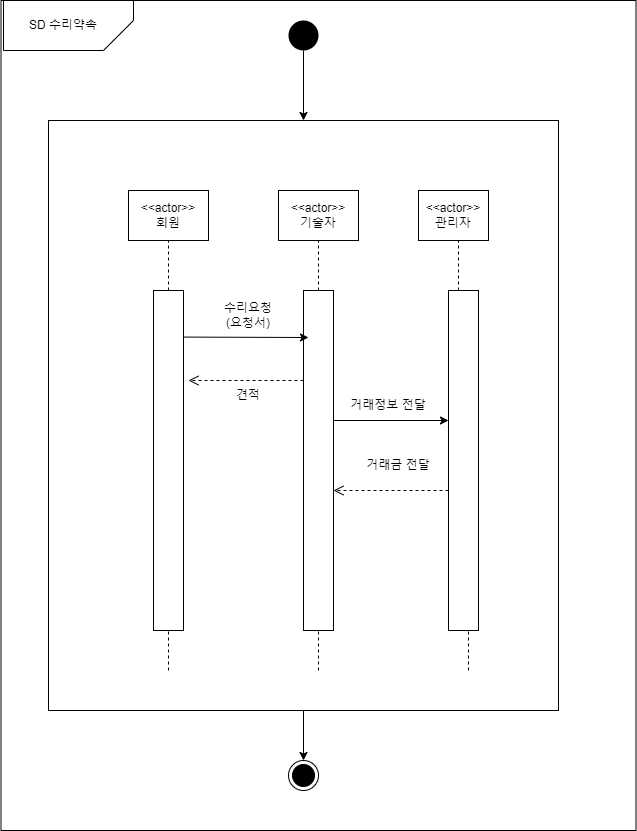
The draw.io diagram InteractionOverviewDiagram/overviewdiagram3.png in Evergyu/Assignments, before a commit. Source tidied: cells renumbered, new cells last; positions are measured from the earlier drawing's top-left corner, leaving out a move shared by most shapes.
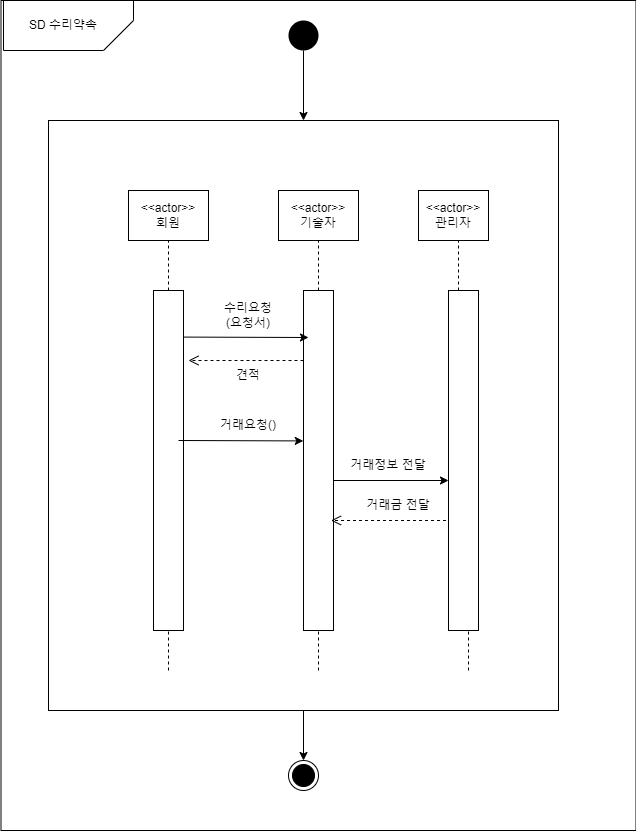
Later version of the same file.

Diff of the diagram source:
```diff
@@ -2,6 +2,12 @@
   <root>
     <mxCell id="0" />
     <mxCell id="1" parent="0" />
+    <mxCell id="25" style="rounded=0;whiteSpace=wrap;html=1;fillColor=none;" parent="1" vertex="1">
+      <mxGeometry x="48" y="120" width="510" height="590" as="geometry" />
+    </mxCell>
+    <mxCell id="26" style="rounded=0;whiteSpace=wrap;html=1;fillColor=none;" parent="1" vertex="1">
+      <mxGeometry x="0.5" width="635" height="830" as="geometry" />
+    </mxCell>
     <mxCell id="2" style="ellipse;fillColor=#000000;strokeColor=none;" parent="1" vertex="1">
       <mxGeometry x="288" y="20" width="30" height="30" as="geometry" />
     </mxCell>
@@ -55,33 +61,33 @@
     </mxCell>
     <mxCell id="15" style="verticalAlign=bottom;endArrow=open;dashed=1;endSize=8;shadow=0;strokeWidth=1;" parent="1" edge="1">
       <mxGeometry y="-20" relative="1" as="geometry">
-        <mxPoint x="303" y="380" as="sourcePoint" />
-        <mxPoint x="188" y="380" as="targetPoint" />
+        <mxPoint x="303" y="360" as="sourcePoint" />
+        <mxPoint x="188" y="360" as="targetPoint" />
       </mxGeometry>
     </mxCell>
     <mxCell id="16" value="견적" style="text;html=1;strokeColor=none;fillColor=none;align=center;verticalAlign=middle;whiteSpace=wrap;rounded=0;" parent="1" vertex="1">
-      <mxGeometry x="218" y="380" width="60" height="30" as="geometry" />
+      <mxGeometry x="218" y="360" width="60" height="30" as="geometry" />
     </mxCell>
     <mxCell id="17" style="edgeStyle=orthogonalEdgeStyle;rounded=0;orthogonalLoop=1;jettySize=auto;html=1;exitX=0.5;exitY=1;exitDx=0;exitDy=0;" parent="1" edge="1" source="16" target="16">
       <mxGeometry relative="1" as="geometry" />
     </mxCell>
     <mxCell id="18" style="endArrow=classic;html=1;rounded=0;exitX=1;exitY=0.25;exitDx=0;exitDy=0;" parent="1" edge="1">
       <mxGeometry relative="1" as="geometry">
-        <mxPoint x="333" y="420" as="sourcePoint" />
-        <mxPoint x="448" y="420" as="targetPoint" />
+        <mxPoint x="333" y="480" as="sourcePoint" />
+        <mxPoint x="448" y="480" as="targetPoint" />
       </mxGeometry>
     </mxCell>
     <mxCell id="19" value="거래정보 전달" style="text;html=1;strokeColor=none;fillColor=none;align=center;verticalAlign=middle;whiteSpace=wrap;rounded=0;" parent="1" vertex="1">
-      <mxGeometry x="348" y="390" width="80" height="30" as="geometry" />
+      <mxGeometry x="348" y="450" width="80" height="30" as="geometry" />
     </mxCell>
     <mxCell id="20" style="verticalAlign=bottom;endArrow=open;dashed=1;endSize=8;shadow=0;strokeWidth=1;" parent="1" edge="1">
       <mxGeometry y="-20" relative="1" as="geometry">
-        <mxPoint x="448" y="490" as="sourcePoint" />
-        <mxPoint x="333" y="490" as="targetPoint" />
+        <mxPoint x="445.5" y="520" as="sourcePoint" />
+        <mxPoint x="330.5" y="520" as="targetPoint" />
       </mxGeometry>
     </mxCell>
     <mxCell id="21" value="거래금 전달" style="text;html=1;strokeColor=none;fillColor=none;align=center;verticalAlign=middle;whiteSpace=wrap;rounded=0;" parent="1" vertex="1">
-      <mxGeometry x="358" y="450" width="80" height="30" as="geometry" />
+      <mxGeometry x="358" y="490" width="80" height="30" as="geometry" />
     </mxCell>
     <mxCell id="22" style="endArrow=none;dashed=1;html=1;rounded=0;" parent="1" edge="1">
       <mxGeometry relative="1" as="geometry">
@@ -101,12 +107,6 @@
         <mxPoint x="168" y="630" as="targetPoint" />
       </mxGeometry>
     </mxCell>
-    <mxCell id="25" style="rounded=0;whiteSpace=wrap;html=1;fillColor=none;" parent="1" vertex="1">
-      <mxGeometry x="48" y="120" width="510" height="590" as="geometry" />
-    </mxCell>
-    <mxCell id="26" style="rounded=0;whiteSpace=wrap;html=1;fillColor=none;" parent="1" vertex="1">
-      <mxGeometry x="0.5" width="635" height="830" as="geometry" />
-    </mxCell>
     <mxCell id="27" style="shape=card;whiteSpace=wrap;html=1;fillColor=none;rotation=-180;" parent="1" vertex="1">
       <mxGeometry x="3" width="130" height="50" as="geometry" />
     </mxCell>
@@ -121,5 +121,14 @@
     <mxCell id="30" style="ellipse;html=1;shape=endState;fillColor=#000000;strokeColor=#000000;" parent="1" vertex="1">
       <mxGeometry x="288" y="760" width="30" height="30" as="geometry" />
     </mxCell>
+    <mxCell id="31" style="endArrow=classic;html=1;rounded=0;exitX=1.007;exitY=0.137;exitDx=0;exitDy=0;exitPerimeter=0;" parent="1" edge="1">
+      <mxGeometry relative="1" as="geometry">
+        <mxPoint x="178" y="440" as="sourcePoint" />
+        <mxPoint x="302.8" y="440.4" as="targetPoint" />
+      </mxGeometry>
+    </mxCell>
+    <mxCell id="32" value="거래요청()" style="text;html=1;strokeColor=none;fillColor=none;align=center;verticalAlign=middle;whiteSpace=wrap;rounded=0;" parent="1" vertex="1">
+      <mxGeometry x="218" y="410" width="60" height="30" as="geometry" />
+    </mxCell>
   </root>
 </mxGraphModel>
```
